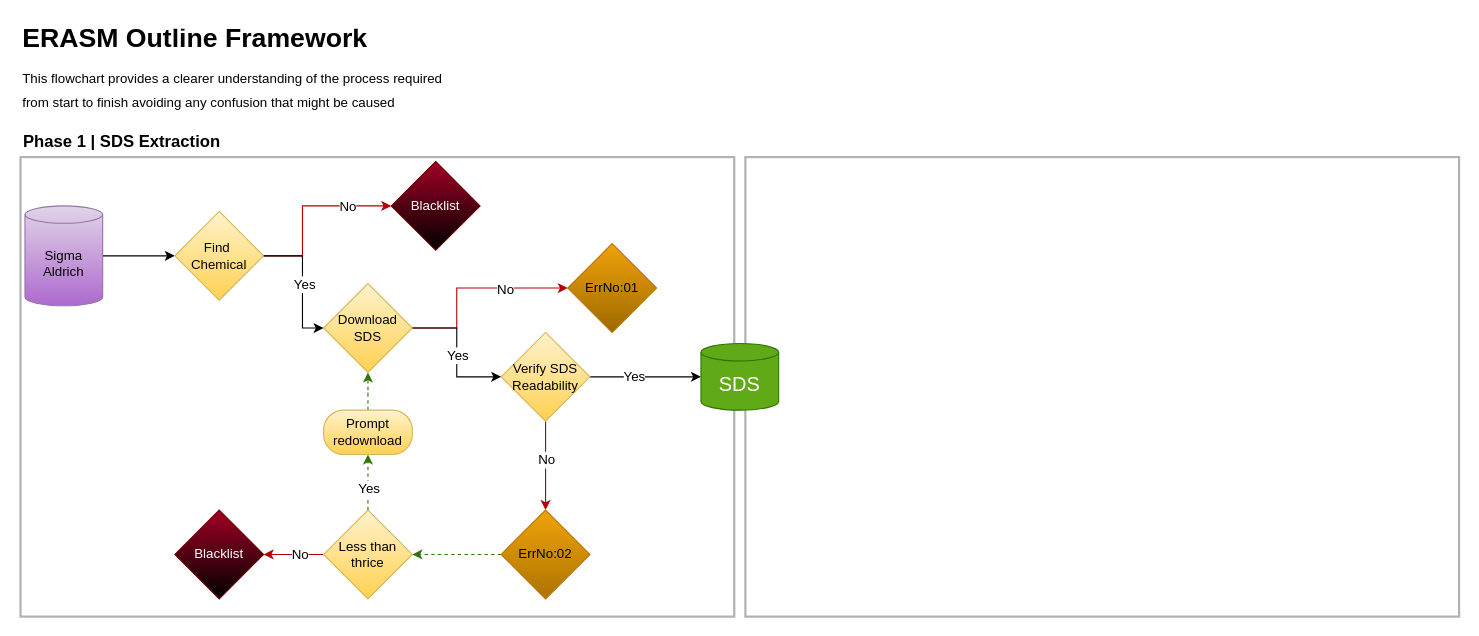
The draw.io diagram ERASM_Blueprint.drawio in PaiSuryaDarshan/E-RASM, before the edit. Source tidied: cells renumbered, new cells numbered last; positions are measured from the earlier drawing's top-left corner, leaving out a move shared by most shapes. Both pictures are drawn from the tidied source at 111%, with x=0, y=0 at pixel (20, 21).
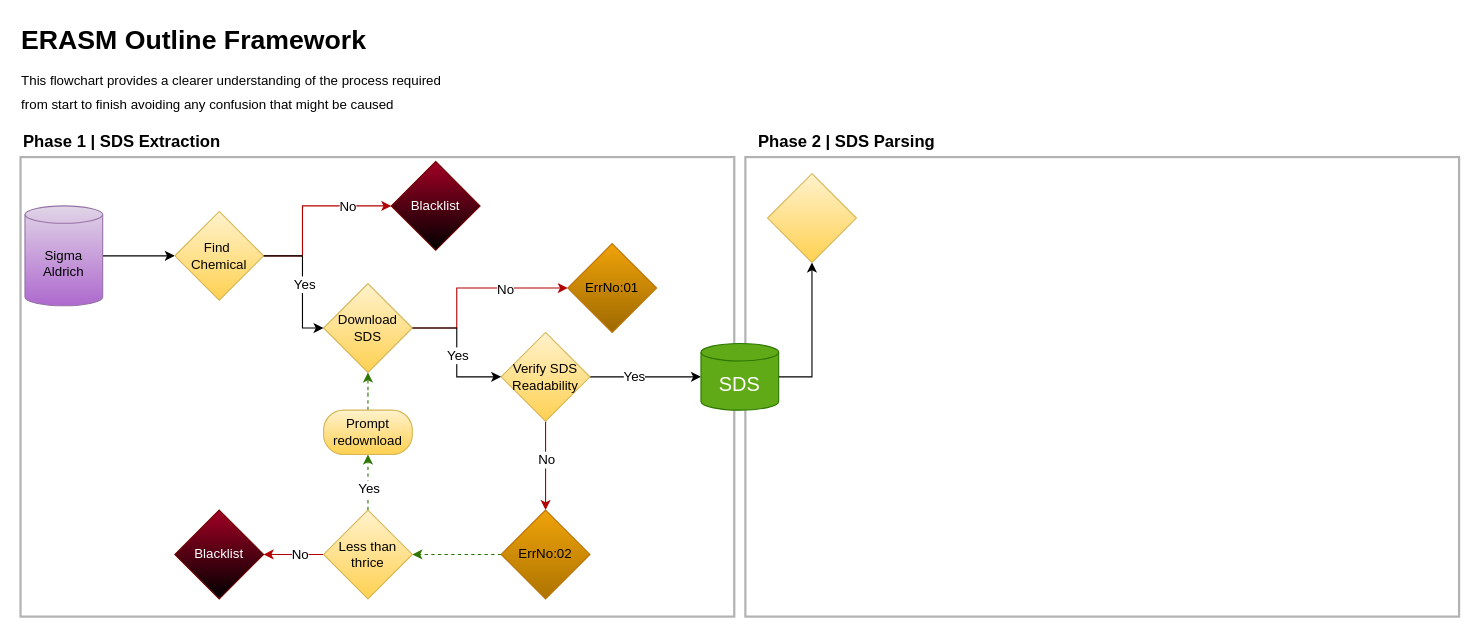
The same diagram, later.

The change refers to these unchanged cells:
```xml
<mxCell id="35" value="&lt;font style=&quot;font-size: 18px;&quot;&gt;SDS&lt;/font&gt;" style="shape=cylinder3;whiteSpace=wrap;html=1;boundedLbl=1;backgroundOutline=1;size=7.833282470703125;fillColor=#60a917;strokeColor=#2D7600;fontColor=#ffffff;" parent="1" vertex="1">
  <mxGeometry x="613" y="290" width="70" height="60" as="geometry" />
</mxCell>
```

Change to the diagram source:
```diff
@@
-    <mxCell id="4" value="&lt;h1 style=&quot;margin-top: 0px; line-height: 70%;&quot;&gt;&lt;span style=&quot;background-color: initial;&quot;&gt;ERASM Outline Framework&lt;/span&gt;&lt;/h1&gt;&lt;h1 style=&quot;margin-top: 0px; line-height: 70%;&quot;&gt;&lt;span style=&quot;font-size: 12px; font-weight: normal;&quot;&gt;This flowchart provides a clearer understanding of the process required from start to finish avoiding any confusion that might be caused&lt;/span&gt;&lt;/h1&gt;" style="text;html=1;whiteSpace=wrap;overflow=hidden;rounded=0;" parent="1" vertex="1">
-      <mxGeometry width="390" height="90" as="geometry" />
+    <mxCell id="4" value="&lt;h1 style=&quot;margin-top: 0px; line-height: 70%; font-size: 3px;&quot;&gt;&lt;span style=&quot;background-color: initial;&quot;&gt;&lt;br&gt;&lt;/span&gt;&lt;/h1&gt;&lt;h1 style=&quot;margin-top: 0px; line-height: 70%;&quot;&gt;&lt;span style=&quot;background-color: initial;&quot;&gt;ERASM Outline Framework&lt;/span&gt;&lt;/h1&gt;&lt;h1 style=&quot;margin-top: 0px; line-height: 70%;&quot;&gt;&lt;span style=&quot;font-size: 12px; font-weight: normal;&quot;&gt;This flowchart provides a clearer understanding of the process required from start to finish avoiding any confusion that might be caused&lt;/span&gt;&lt;/h1&gt;" style="text;html=1;whiteSpace=wrap;overflow=hidden;rounded=0;" parent="1" vertex="1">
+      <mxGeometry x="-1" y="-2" width="390" height="89" as="geometry" />
     </mxCell>
@@
+    <mxCell id="37" style="edgeStyle=orthogonalEdgeStyle;rounded=0;jettySize=auto;html=1;fontFamily=Helvetica;fontSize=12;fontColor=default;entryX=0.5;entryY=1;entryDx=0;entryDy=0;" parent="1" edge="1" source="35" target="39">
+      <mxGeometry relative="1" as="geometry">
+        <Array as="points">
+          <mxPoint x="713" y="320" />
+        </Array>
+      </mxGeometry>
+    </mxCell>
@@
+    <mxCell id="38" value="&lt;b style=&quot;font-size: 15px;&quot;&gt;Phase 2 | SDS Parsing&lt;/b&gt;" style="text;html=1;align=center;verticalAlign=middle;whiteSpace=wrap;rounded=0;fontFamily=Helvetica;fontSize=15;fontColor=default;" parent="1" vertex="1">
+      <mxGeometry x="653" y="92" width="183" height="30" as="geometry" />
+    </mxCell>
+    <mxCell id="39" style="rhombus;whiteSpace=wrap;html=1;fillColor=#fff2cc;strokeColor=#d6b656;gradientColor=#ffd152;" parent="1" vertex="1">
+      <mxGeometry x="673" y="137" width="80" height="80" as="geometry" />
+    </mxCell>
```
